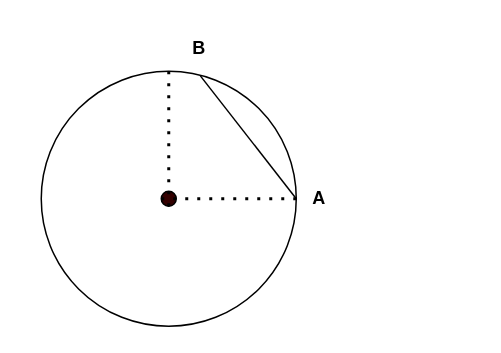
This is 未命名绘图.drawio from nkzwchen/notebooks, a draw.io file, before an edit. Source tidied: cells renumbered, new cells numbered last; positions are measured from the earlier drawing's top-left corner, leaving out a move shared by most shapes. Both pictures are drawn from the tidied source at 150%, with x=0, y=0 at pixel (40, 26).
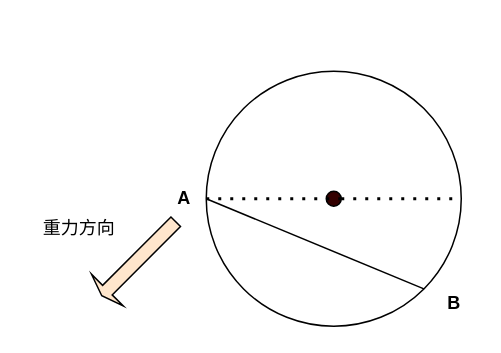
After the change.

Commit message (it also covers changes not shown here):
更新未命名绘图.drawio

The edit, as a diff of the source:
```diff
@@
 <mxGraphModel>
   <root>
     <mxCell id="0" />
     <mxCell id="1" parent="0" />
+    <mxCell id="10" style="group;" parent="1" vertex="1">
+      <mxGeometry x="-10" y="30" width="300" height="170" as="geometry" />
+    </mxCell>
-    <mxCell id="2" style="ellipse;whiteSpace=wrap;html=1;" parent="1" vertex="1">
-      <mxGeometry y="30" width="170" height="170" as="geometry" />
+    <mxCell id="2" style="ellipse;whiteSpace=wrap;html=1;rotation=-180;" parent="10" vertex="1">
+      <mxGeometry x="120" width="170" height="170" as="geometry" />
     </mxCell>
-    <mxCell id="3" style="ellipse;fillColor=#330000;" parent="1" vertex="1">
-      <mxGeometry x="80" y="110" width="10" height="10" as="geometry" />
+    <mxCell id="3" style="ellipse;fillColor=#330000;rotation=-180;" parent="10" vertex="1">
+      <mxGeometry x="200" y="80" width="10" height="10" as="geometry" />
     </mxCell>
-    <mxCell id="4" style="endArrow=none;html=1;rounded=0;entryX=1;entryY=0.5;entryDx=0;entryDy=0;exitX=0.624;exitY=0.018;exitDx=0;exitDy=0;exitPerimeter=0;" parent="1" edge="1" source="2" target="2">
+    <mxCell id="4" style="endArrow=none;html=1;rounded=0;entryX=1;entryY=0.5;entryDx=0;entryDy=0;exitX=0;exitY=0;exitDx=0;exitDy=0;" parent="10" edge="1" source="2" target="2">
       <mxGeometry relative="1" as="geometry" />
     </mxCell>
-    <mxCell id="5" style="endArrow=none;dashed=1;html=1;dashPattern=1 3;strokeWidth=2;rounded=0;exitX=0;exitY=0.5;exitDx=0;exitDy=0;entryX=1;entryY=0.5;entryDx=0;entryDy=0;" parent="1" edge="1" source="3" target="2">
+    <mxCell id="5" style="endArrow=none;dashed=1;html=1;dashPattern=1 3;strokeWidth=2;rounded=0;exitX=0;exitY=0.5;exitDx=0;exitDy=0;entryX=1;entryY=0.5;entryDx=0;entryDy=0;" parent="10" edge="1" source="3" target="2">
       <mxGeometry relative="1" as="geometry" />
     </mxCell>
-    <mxCell id="6" style="endArrow=none;dashed=1;html=1;dashPattern=1 3;strokeWidth=2;rounded=0;" parent="1" edge="1" source="2">
+    <mxCell id="6" style="endArrow=none;dashed=1;html=1;dashPattern=1 3;strokeWidth=2;rounded=0;" parent="10" edge="1" source="2">
       <mxGeometry relative="1" as="geometry">
-        <mxPoint x="85" y="115" as="targetPoint" />
+        <mxPoint x="205" y="85" as="targetPoint" />
       </mxGeometry>
     </mxCell>
-    <mxCell id="7" style="endArrow=none;dashed=1;html=1;dashPattern=1 3;strokeWidth=2;rounded=0;entryX=0.5;entryY=0;entryDx=0;entryDy=0;exitX=0.5;exitY=1;exitDx=0;exitDy=0;" parent="1" edge="1" source="3" target="2">
+    <mxCell id="7" style="endArrow=none;dashed=1;html=1;dashPattern=1 3;strokeWidth=2;rounded=0;entryX=0;entryY=0.5;entryDx=0;entryDy=0;exitX=0;exitY=0.5;exitDx=0;exitDy=0;" parent="10" edge="1" source="3" target="2">
       <mxGeometry relative="1" as="geometry" />
     </mxCell>
-    <mxCell id="8" value="&lt;b&gt;A&lt;/b&gt;" style="text;html=1;align=center;verticalAlign=middle;strokeColor=none;fillColor=none;" parent="1" vertex="1">
-      <mxGeometry x="170" y="100" width="30" height="30" as="geometry" />
+    <mxCell id="8" value="&lt;b&gt;A&lt;/b&gt;" style="text;html=1;align=center;verticalAlign=middle;strokeColor=none;fillColor=none;rotation=0;" parent="10" vertex="1">
+      <mxGeometry x="90" y="70" width="30" height="30" as="geometry" />
     </mxCell>
-    <mxCell id="9" value="&lt;b&gt;B&lt;/b&gt;" style="text;html=1;align=center;verticalAlign=middle;strokeColor=none;fillColor=none;" parent="1" vertex="1">
-      <mxGeometry x="90" width="30" height="30" as="geometry" />
+    <mxCell id="9" value="&lt;b&gt;B&lt;/b&gt;" style="text;html=1;align=center;verticalAlign=middle;strokeColor=none;fillColor=none;rotation=0;" parent="10" vertex="1">
+      <mxGeometry x="270" y="140" width="30" height="30" as="geometry" />
     </mxCell>
+    <mxCell id="11" style="shape=flexArrow;endArrow=classic;html=1;rounded=0;width=9;endSize=1.43;fillColor=#FFE6CC;" parent="10" edge="1">
+      <mxGeometry relative="1" as="geometry">
+        <mxPoint x="100" y="100" as="sourcePoint" />
+        <mxPoint x="50" y="150" as="targetPoint" />
+      </mxGeometry>
+    </mxCell>
+    <mxCell id="12" value="重力方向" style="text;html=1;align=center;verticalAlign=middle;strokeColor=none;fillColor=none;rotation=0;" parent="10" vertex="1">
+      <mxGeometry y="90" width="70" height="30" as="geometry" />
+    </mxCell>
   </root>
 </mxGraphModel>
```
